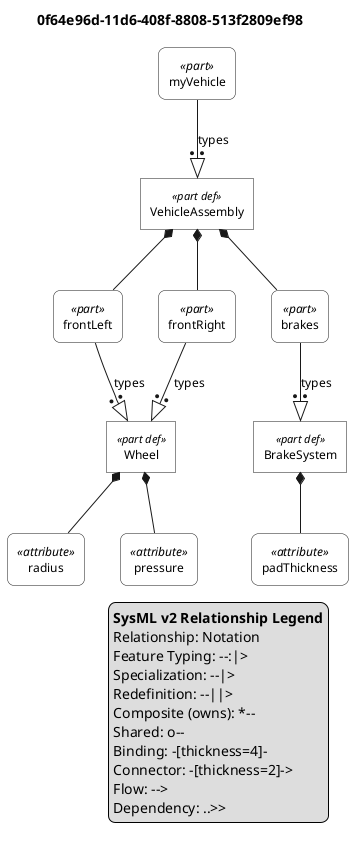
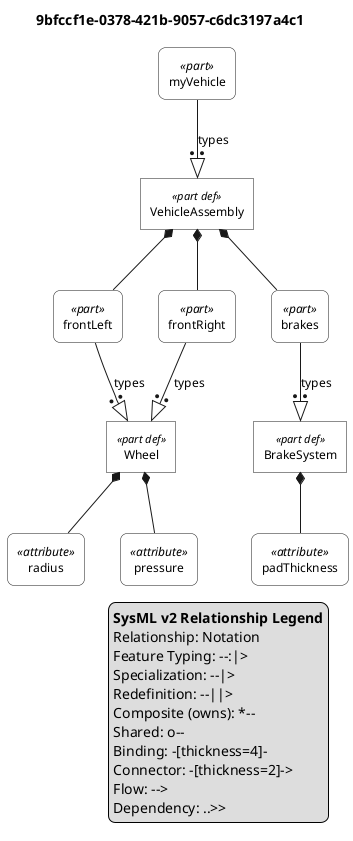
@startuml

skinparam monochrome true
skinparam wrapWidth 300
skinparam defaultFontSize 12
skinparam defaultFontName Helvetica

' Definitions: sharp corners, plain background
skinparam rectangle<<part def>> {
    RoundCorner 0
    BackgroundColor white
    StereotypeFontSize 11
}
skinparam rectangle<<item def>> {
    RoundCorner 0
    BackgroundColor white
}
skinparam rectangle<<attribute def>> {
    RoundCorner 0
    BackgroundColor white
}
skinparam rectangle<<port def>> {
    RoundCorner 0
    BackgroundColor white
}
skinparam rectangle<<action def>> {
    RoundCorner 0
    BackgroundColor white
}
skinparam rectangle<<state def>> {
    RoundCorner 0
    BackgroundColor white
}
skinparam rectangle<<requirement def>> {
    RoundCorner 0
    BackgroundColor white
}
skinparam rectangle<<view def>> {
    RoundCorner 0
    BackgroundColor white
}
skinparam rectangle<<viewpoint def>> {
    RoundCorner 0
    BackgroundColor white
}
skinparam rectangle<<enumeration def>> {
    RoundCorner 0
    BackgroundColor white
}

' Usages: rounded corners, plain background
skinparam rectangle<<part>> {
    RoundCorner 15
    BackgroundColor white
}
skinparam rectangle<<item>> {
    RoundCorner 15
    BackgroundColor white
}
skinparam rectangle<<attribute>> {
    RoundCorner 15
    BackgroundColor white
}
skinparam rectangle<<port>> {
    RoundCorner 15
    BackgroundColor white
}
skinparam rectangle<<action>> {
    RoundCorner 15
    BackgroundColor white
}
skinparam rectangle<<state>> {
    RoundCorner 15
    BackgroundColor white
}
skinparam rectangle<<requirement>> {
    RoundCorner 15
    BackgroundColor white
}
skinparam rectangle<<view>> {
    RoundCorner 15
    BackgroundColor white
}
skinparam rectangle<<viewpoint>> {
    RoundCorner 15
    BackgroundColor white
}
skinparam rectangle<<enumeration>> {
    RoundCorner 15
    BackgroundColor white
}

' Views as folders
skinparam folder<<view def>> {
    BackgroundColor white
}
skinparam folder<<view>> {
    BackgroundColor white
}

top to bottom direction

- title 0f64e96d-11d6-408f-8808-513f2809ef98
+ title 9bfccf1e-0378-421b-9057-c6dc3197a4c1

hide circle

rectangle "Wheel" as E1 <<part def>>
rectangle "radius" as E2 <<attribute>>
rectangle "pressure" as E4 <<attribute>>
rectangle "BrakeSystem" as E6 <<part def>>
rectangle "padThickness" as E7 <<attribute>>
rectangle "VehicleAssembly" as E9 <<part def>>
rectangle "frontLeft" as E10 <<part>>
rectangle "frontRight" as E11 <<part>>
rectangle "brakes" as E12 <<part>>
rectangle "myVehicle" as E13 <<part>>

E1 *-- E2
E1 *-- E4
E6 *-- E7
E9 *-- E10
E10 --:|> E1 : types
E9 *-- E11
E11 --:|> E1 : types
E9 *-- E12
E12 --:|> E6 : types
E13 --:|> E9 : types

legend right
  <b>SysML v2 Relationship Legend</b>
  Relationship: Notation
  Feature Typing: --:|>
  Specialization: --|>
  Redefinition: --||>
  Composite (owns): *--
  Shared: o--
  Binding: -[thickness=4]-
  Connector: -[thickness=2]->
  Flow: -->
  Dependency: ..>>
endlegend

@enduml